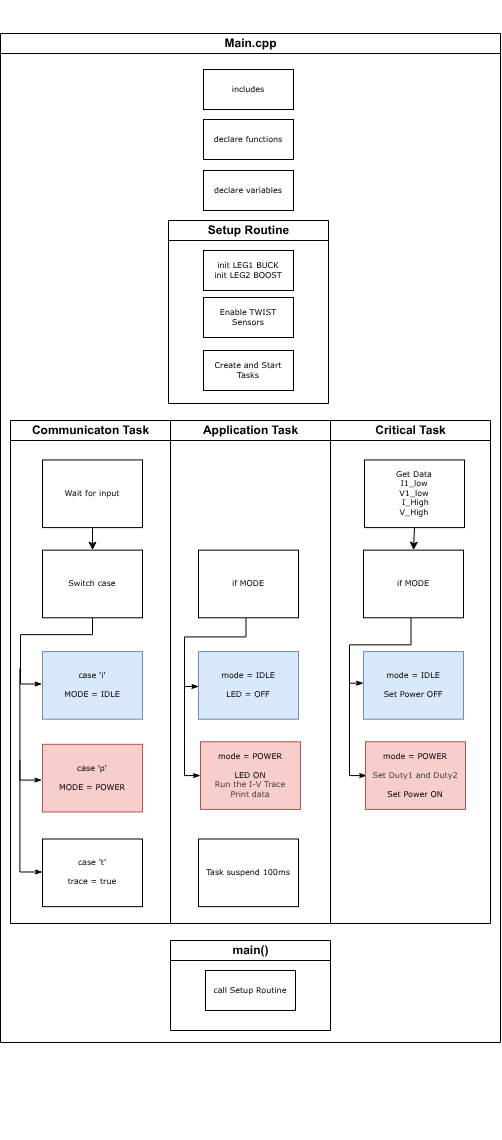
Before: src/Image/main_structure.drawio.png, a diagram exported from draw.io (luizvilla/Core). Source tidied: cells renumbered, new cells last; positions are measured from the earlier drawing's top-left corner, leaving out a move shared by most shapes.
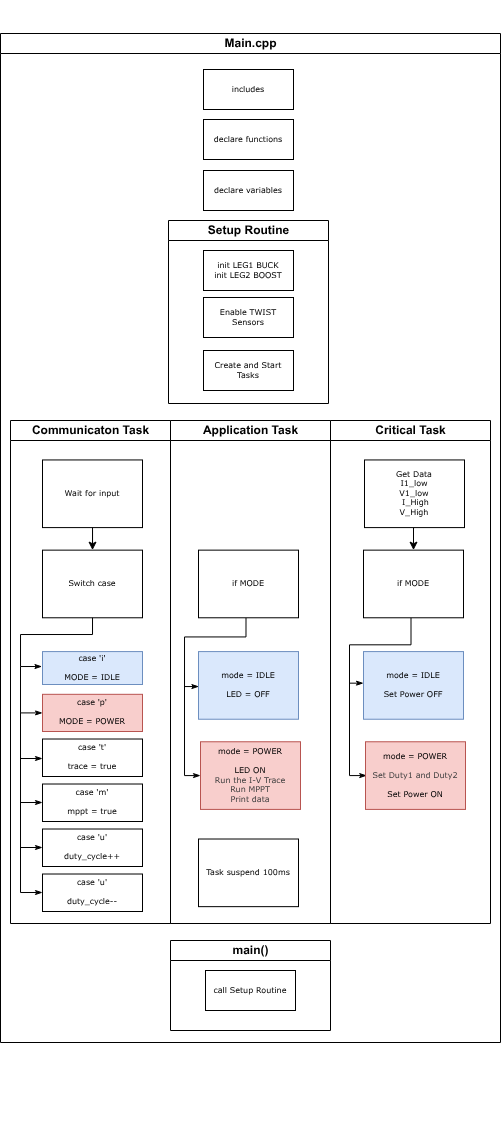
The same diagram one commit later.

The edit, as a diff of the source:
```diff
@@ -6,10 +6,10 @@
       <mxGeometry width="500" height="1140" as="geometry" />
     </mxCell>
     <mxCell id="3" value="&lt;div&gt;case 'p'&lt;/div&gt;&lt;div&gt;&lt;br&gt;&lt;/div&gt;&lt;div&gt;MODE = POWER&lt;/div&gt;" style="rounded=0;whiteSpace=wrap;html=1;shadow=0;labelBackgroundColor=none;strokeWidth=1;fontFamily=Verdana;fontSize=8;align=center;fillColor=#f8cecc;strokeColor=#b85450;" parent="2" vertex="1">
-      <mxGeometry x="42" y="743.8" width="100" height="67.6" as="geometry" />
+      <mxGeometry x="42" y="693.8" width="100" height="37.2" as="geometry" />
     </mxCell>
     <mxCell id="4" value="&lt;div&gt;case 't'&lt;br&gt;&lt;/div&gt;&lt;div&gt;&lt;br&gt;&lt;/div&gt;&lt;div&gt;trace = true&lt;br&gt;&lt;/div&gt;" style="rounded=0;whiteSpace=wrap;html=1;shadow=0;labelBackgroundColor=none;strokeWidth=1;fontFamily=Verdana;fontSize=8;align=center;" parent="2" vertex="1">
-      <mxGeometry x="42" y="838.5" width="100" height="67.6" as="geometry" />
+      <mxGeometry x="42" y="738.5" width="100" height="37.5" as="geometry" />
     </mxCell>
     <mxCell id="5" value="Communicaton Task" style="swimlane;html=1;startSize=20;rounded=0;" parent="2" vertex="1">
       <mxGeometry x="10" y="420" width="160" height="503" as="geometry" />
@@ -27,14 +27,15 @@
       <mxGeometry x="42" y="549.6" width="100" height="67.6" as="geometry" />
     </mxCell>
     <mxCell id="10" value="case 'i'&lt;div&gt;&lt;br&gt;&lt;/div&gt;&lt;div&gt;MODE = IDLE&lt;/div&gt;" style="rounded=0;whiteSpace=wrap;html=1;shadow=0;labelBackgroundColor=none;strokeWidth=1;fontFamily=Verdana;fontSize=8;align=center;fillColor=#dae8fc;strokeColor=#6c8ebf;" parent="2" vertex="1">
-      <mxGeometry x="42" y="651.1" width="100" height="67.6" as="geometry" />
+      <mxGeometry x="42" y="651.1" width="100" height="32.9" as="geometry" />
     </mxCell>
     <mxCell id="11" style="edgeStyle=orthogonalEdgeStyle;rounded=0;html=1;labelBackgroundColor=none;startArrow=none;startFill=0;startSize=5;endArrow=classicThin;endFill=1;endSize=5;jettySize=auto;strokeWidth=1;fontFamily=Verdana;fontSize=8;entryX=-0.005;entryY=0.479;entryDx=0;entryDy=0;entryPerimeter=0;" parent="2" edge="1" source="9" target="10">
       <mxGeometry relative="1" as="geometry">
         <Array as="points">
-          <mxPoint x="92" y="634.2" />
-          <mxPoint x="20" y="634.2" />
-          <mxPoint x="20" y="683.8" />
+          <mxPoint x="92" y="634" />
+          <mxPoint x="20" y="634" />
+          <mxPoint x="20" y="666" />
+          <mxPoint x="42" y="666" />
         </Array>
       </mxGeometry>
     </mxCell>
@@ -44,22 +45,11 @@
     <mxCell id="13" style="edgeStyle=orthogonalEdgeStyle;rounded=0;jettySize=auto;html=1;" parent="2" edge="1" source="12" target="9">
       <mxGeometry relative="1" as="geometry" />
     </mxCell>
-    <mxCell id="14" style="edgeStyle=orthogonalEdgeStyle;rounded=0;html=1;labelBackgroundColor=none;startArrow=none;startFill=0;startSize=5;endArrow=classicThin;endFill=1;endSize=5;jettySize=auto;orthogonalLoop=1;strokeWidth=1;fontFamily=Verdana;fontSize=8;entryX=-0.005;entryY=0.479;entryDx=0;entryDy=0;entryPerimeter=0;" parent="2" edge="1">
-      <mxGeometry relative="1" as="geometry">
-        <mxPoint x="19.4" y="668" as="sourcePoint" />
-        <mxPoint x="41.4" y="779.6" as="targetPoint" />
-        <Array as="points">
-          <mxPoint x="19.4" y="668" />
-          <mxPoint x="19.4" y="779.6" />
-        </Array>
-      </mxGeometry>
-    </mxCell>
-    <mxCell id="15" style="edgeStyle=orthogonalEdgeStyle;rounded=0;html=1;labelBackgroundColor=none;startArrow=none;startFill=0;startSize=5;endArrow=classicThin;endFill=1;endSize=5;jettySize=auto;orthogonalLoop=1;strokeWidth=1;fontFamily=Verdana;fontSize=8;entryX=0.006;entryY=0.525;entryDx=0;entryDy=0;entryPerimeter=0;" parent="2" edge="1">
+    <mxCell id="15" style="edgeStyle=orthogonalEdgeStyle;rounded=0;html=1;labelBackgroundColor=none;startArrow=none;startFill=0;startSize=5;endArrow=classicThin;endFill=1;endSize=5;jettySize=auto;strokeWidth=1;fontFamily=Verdana;fontSize=8;entryX=0;entryY=0.5;entryDx=0;entryDy=0;" parent="2" edge="1" target="3">
       <mxGeometry relative="1" as="geometry">
-        <mxPoint x="19.4" y="759.3" as="sourcePoint" />
-        <mxPoint x="42" y="871.5" as="targetPoint" />
+        <mxPoint x="20" y="666" as="sourcePoint" />
         <Array as="points">
-          <mxPoint x="19.4" y="872" />
+          <mxPoint x="20" y="712" />
         </Array>
       </mxGeometry>
     </mxCell>
@@ -87,7 +77,7 @@
         </Array>
       </mxGeometry>
     </mxCell>
-    <mxCell id="20" value="mode = POWER&lt;br&gt;&lt;div&gt;&lt;br&gt;&lt;/div&gt;&lt;div&gt;LED ON&lt;/div&gt;&lt;div&gt;&lt;span style=&quot;color: rgb(63, 63, 63); background-color: transparent;&quot;&gt;Run the I-V Trace&lt;/span&gt;&lt;/div&gt;&lt;div&gt;&lt;span style=&quot;color: rgb(63, 63, 63); background-color: transparent;&quot;&gt;Print data&lt;/span&gt;&lt;/div&gt;" style="rounded=0;whiteSpace=wrap;html=1;shadow=0;labelBackgroundColor=none;strokeWidth=1;fontFamily=Verdana;fontSize=8;align=center;fillColor=#f8cecc;strokeColor=#b85450;" parent="2" vertex="1">
+    <mxCell id="20" value="mode = POWER&lt;br&gt;&lt;div&gt;&lt;br&gt;&lt;/div&gt;&lt;div&gt;LED ON&lt;/div&gt;&lt;div&gt;&lt;span style=&quot;color: rgb(63, 63, 63); background-color: transparent;&quot;&gt;Run the I-V Trace&lt;/span&gt;&lt;/div&gt;&lt;div&gt;&lt;span style=&quot;color: rgb(63, 63, 63); background-color: transparent;&quot;&gt;Run MPPT&lt;/span&gt;&lt;/div&gt;&lt;div&gt;&lt;span style=&quot;color: rgb(63, 63, 63); background-color: transparent;&quot;&gt;Print data&lt;/span&gt;&lt;/div&gt;" style="rounded=0;whiteSpace=wrap;html=1;shadow=0;labelBackgroundColor=none;strokeWidth=1;fontFamily=Verdana;fontSize=8;align=center;fillColor=#f8cecc;strokeColor=#b85450;" parent="2" vertex="1">
       <mxGeometry x="200" y="741.3" width="100" height="67.6" as="geometry" />
     </mxCell>
     <mxCell id="21" style="edgeStyle=orthogonalEdgeStyle;rounded=0;jettySize=auto;html=1;exitX=0.5;exitY=1;exitDx=0;exitDy=0;entryX=0.5;entryY=0;entryDx=0;entryDy=0;" parent="2" edge="1" source="22" target="23">
@@ -154,5 +144,50 @@
     <mxCell id="37" value="Create and Start Tasks" style="rounded=0;whiteSpace=wrap;html=1;shadow=0;labelBackgroundColor=none;strokeWidth=1;fontFamily=Verdana;fontSize=8;align=center;" parent="2" vertex="1">
       <mxGeometry x="203" y="350" width="90" height="40" as="geometry" />
     </mxCell>
+    <mxCell id="38" value="&lt;div&gt;case 'm'&lt;br&gt;&lt;/div&gt;&lt;div&gt;&lt;br&gt;&lt;/div&gt;&lt;div&gt;mppt = true&lt;br&gt;&lt;/div&gt;" style="rounded=0;whiteSpace=wrap;html=1;shadow=0;labelBackgroundColor=none;strokeWidth=1;fontFamily=Verdana;fontSize=8;align=center;" parent="2" vertex="1">
+      <mxGeometry x="42" y="783.5" width="100" height="37.5" as="geometry" />
+    </mxCell>
+    <mxCell id="39" value="&lt;div&gt;case 'u'&lt;br&gt;&lt;/div&gt;&lt;div&gt;&lt;br&gt;&lt;/div&gt;&lt;div&gt;duty_cycle++&lt;br&gt;&lt;/div&gt;" style="rounded=0;whiteSpace=wrap;html=1;shadow=0;labelBackgroundColor=none;strokeWidth=1;fontFamily=Verdana;fontSize=8;align=center;" parent="2" vertex="1">
+      <mxGeometry x="42" y="828.5" width="100" height="37.5" as="geometry" />
+    </mxCell>
+    <mxCell id="40" value="&lt;div&gt;case 'u'&lt;br&gt;&lt;/div&gt;&lt;div&gt;&lt;br&gt;&lt;/div&gt;&lt;div&gt;duty_cycle--&lt;br&gt;&lt;/div&gt;" style="rounded=0;whiteSpace=wrap;html=1;shadow=0;labelBackgroundColor=none;strokeWidth=1;fontFamily=Verdana;fontSize=8;align=center;" parent="2" vertex="1">
+      <mxGeometry x="42" y="873.5" width="100" height="37.5" as="geometry" />
+    </mxCell>
+    <mxCell id="41" style="edgeStyle=orthogonalEdgeStyle;rounded=0;html=1;labelBackgroundColor=none;startArrow=none;startFill=0;startSize=5;endArrow=classicThin;endFill=1;endSize=5;jettySize=auto;orthogonalLoop=1;strokeWidth=1;fontFamily=Verdana;fontSize=8;entryX=0;entryY=0.5;entryDx=0;entryDy=0;" parent="2" edge="1">
+      <mxGeometry relative="1" as="geometry">
+        <mxPoint x="20" y="712" as="sourcePoint" />
+        <mxPoint x="42" y="758" as="targetPoint" />
+        <Array as="points">
+          <mxPoint x="20" y="758" />
+        </Array>
+      </mxGeometry>
+    </mxCell>
+    <mxCell id="42" style="edgeStyle=orthogonalEdgeStyle;rounded=0;html=1;labelBackgroundColor=none;startArrow=none;startFill=0;startSize=5;endArrow=classicThin;endFill=1;endSize=5;jettySize=auto;orthogonalLoop=1;strokeWidth=1;fontFamily=Verdana;fontSize=8;entryX=0;entryY=0.5;entryDx=0;entryDy=0;" parent="2" edge="1">
+      <mxGeometry relative="1" as="geometry">
+        <mxPoint x="20" y="756" as="sourcePoint" />
+        <mxPoint x="42" y="802" as="targetPoint" />
+        <Array as="points">
+          <mxPoint x="20" y="802" />
+        </Array>
+      </mxGeometry>
+    </mxCell>
+    <mxCell id="43" style="edgeStyle=orthogonalEdgeStyle;rounded=0;html=1;labelBackgroundColor=none;startArrow=none;startFill=0;startSize=5;endArrow=classicThin;endFill=1;endSize=5;jettySize=auto;orthogonalLoop=1;strokeWidth=1;fontFamily=Verdana;fontSize=8;entryX=0;entryY=0.5;entryDx=0;entryDy=0;" parent="2" edge="1">
+      <mxGeometry relative="1" as="geometry">
+        <mxPoint x="20" y="801" as="sourcePoint" />
+        <mxPoint x="42" y="847" as="targetPoint" />
+        <Array as="points">
+          <mxPoint x="20" y="847" />
+        </Array>
+      </mxGeometry>
+    </mxCell>
+    <mxCell id="44" style="edgeStyle=orthogonalEdgeStyle;rounded=0;html=1;labelBackgroundColor=none;startArrow=none;startFill=0;startSize=5;endArrow=classicThin;endFill=1;endSize=5;jettySize=auto;orthogonalLoop=1;strokeWidth=1;fontFamily=Verdana;fontSize=8;entryX=0;entryY=0.5;entryDx=0;entryDy=0;" parent="2" edge="1">
+      <mxGeometry relative="1" as="geometry">
+        <mxPoint x="20" y="846" as="sourcePoint" />
+        <mxPoint x="42" y="892" as="targetPoint" />
+        <Array as="points">
+          <mxPoint x="20" y="892" />
+        </Array>
+      </mxGeometry>
+    </mxCell>
   </root>
 </mxGraphModel>
```
